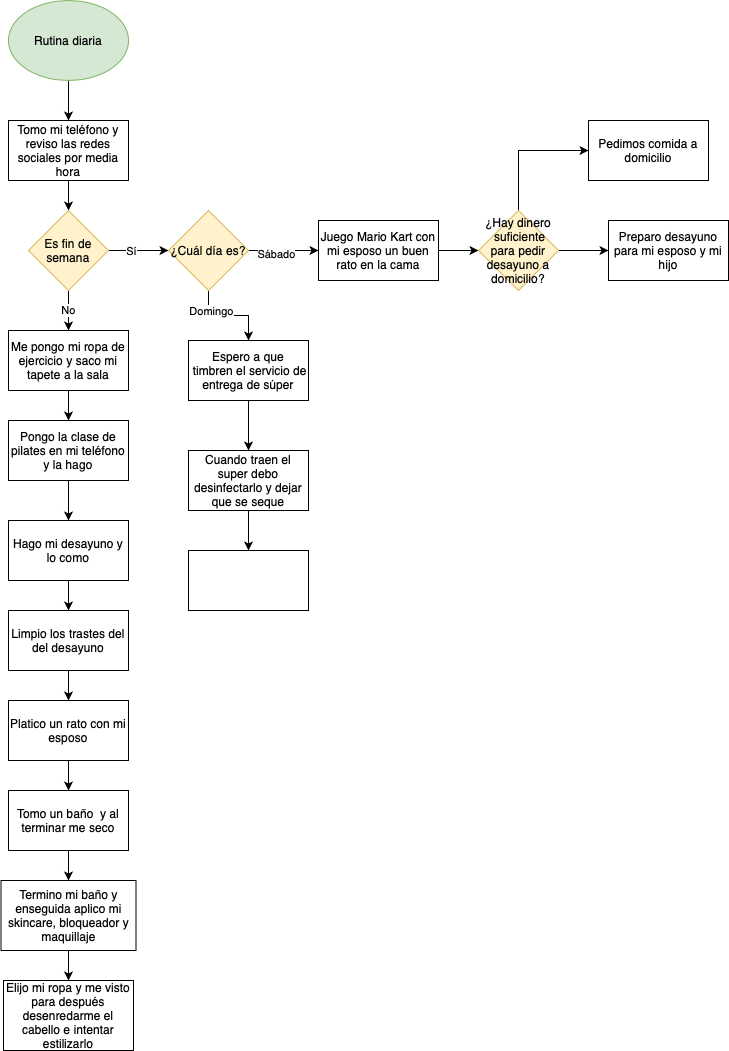
Above: Rutina diaria.png in missphoneme/ejercicios-kodemia (draw.io), before the change. Source tidied: cells renumbered, new cells last; positions are measured from the earlier drawing's top-left corner, leaving out a move shared by most shapes.
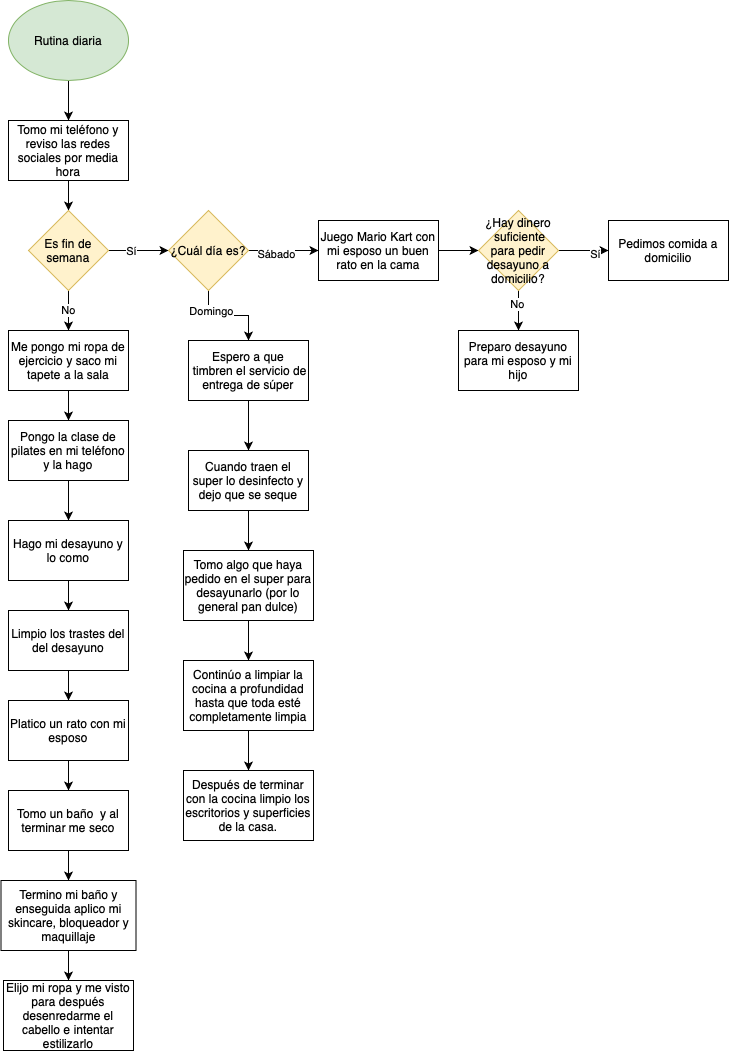
After the change.

What changed in the source:
```diff
@@ -98,33 +98,47 @@
     <mxCell id="33" style="edgeStyle=orthogonalEdgeStyle;rounded=0;jettySize=auto;html=1;" parent="1" edge="1" source="34" target="41">
       <mxGeometry relative="1" as="geometry" />
     </mxCell>
-    <mxCell id="34" value="Cuando traen el super debo desinfectarlo y dejar que se seque" style="rounded=0;whiteSpace=wrap;html=1;" parent="1" vertex="1">
+    <mxCell id="34" value="Cuando traen el super lo desinfecto y dejo que se seque" style="rounded=0;whiteSpace=wrap;html=1;" parent="1" vertex="1">
       <mxGeometry x="188" y="450" width="120" height="60" as="geometry" />
     </mxCell>
     <mxCell id="35" value="Elijo mi ropa y me visto para después desenredarme el cabello e intentar estilizarlo" style="rounded=0;whiteSpace=wrap;html=1;" parent="1" vertex="1">
       <mxGeometry x="3" y="980" width="130" height="70" as="geometry" />
     </mxCell>
-    <mxCell id="36" style="edgeStyle=orthogonalEdgeStyle;rounded=0;jettySize=auto;html=1;entryX=0;entryY=0.5;entryDx=0;entryDy=0;" parent="1" edge="1" source="38" target="40">
+    <mxCell id="36" style="edgeStyle=orthogonalEdgeStyle;rounded=0;jettySize=auto;html=1;entryX=0.5;entryY=0;entryDx=0;entryDy=0;" parent="1" edge="1" source="38" target="40">
       <mxGeometry relative="1" as="geometry" />
     </mxCell>
+    <mxCell id="42" value="No" style="edgeLabel;html=1;align=center;verticalAlign=middle;" parent="36" vertex="1">
+      <mxGeometry x="-0.35" y="-2" relative="1" as="geometry" />
+    </mxCell>
     <mxCell id="37" style="edgeStyle=orthogonalEdgeStyle;rounded=0;jettySize=auto;html=1;entryX=0;entryY=0.5;entryDx=0;entryDy=0;" parent="1" edge="1" source="38" target="39">
-      <mxGeometry relative="1" as="geometry">
-        <Array as="points">
-          <mxPoint x="518" y="150" />
-        </Array>
-      </mxGeometry>
+      <mxGeometry relative="1" as="geometry" />
     </mxCell>
+    <mxCell id="43" value="Sí" style="edgeLabel;html=1;align=center;verticalAlign=middle;" parent="37" vertex="1">
+      <mxGeometry x="0.44" y="-3" relative="1" as="geometry" />
+    </mxCell>
     <mxCell id="38" value="¿Hay dinero &amp;nbsp;suficiente para pedir desayuno a domicilio?" style="rhombus;whiteSpace=wrap;html=1;fillColor=#fff2cc;strokeColor=#d6b656;" parent="1" vertex="1">
       <mxGeometry x="478" y="210" width="80" height="80" as="geometry" />
     </mxCell>
     <mxCell id="39" value="Pedimos comida a domicilio" style="rounded=0;whiteSpace=wrap;html=1;" parent="1" vertex="1">
-      <mxGeometry x="588" y="120" width="120" height="60" as="geometry" />
+      <mxGeometry x="608" y="220" width="120" height="60" as="geometry" />
     </mxCell>
     <mxCell id="40" value="Preparo desayuno para mi esposo y mi hijo" style="rounded=0;whiteSpace=wrap;html=1;" parent="1" vertex="1">
-      <mxGeometry x="608" y="220" width="120" height="60" as="geometry" />
+      <mxGeometry x="458" y="330" width="120" height="60" as="geometry" />
     </mxCell>
+    <mxCell id="44" style="edgeStyle=orthogonalEdgeStyle;rounded=0;jettySize=auto;html=1;" parent="1" edge="1" source="41" target="46">
+      <mxGeometry relative="1" as="geometry" />
+    </mxCell>
-    <mxCell id="41" style="whiteSpace=wrap;html=1;rounded=0;" parent="1" vertex="1">
-      <mxGeometry x="188" y="550" width="120" height="60" as="geometry" />
+    <mxCell id="41" value="Tomo algo que haya pedido en el super para desayunarlo (por lo general pan dulce)" style="whiteSpace=wrap;html=1;rounded=0;" parent="1" vertex="1">
+      <mxGeometry x="183" y="550" width="130" height="70" as="geometry" />
     </mxCell>
+    <mxCell id="45" style="edgeStyle=orthogonalEdgeStyle;rounded=0;jettySize=auto;html=1;" parent="1" edge="1" source="46" target="47">
+      <mxGeometry relative="1" as="geometry" />
+    </mxCell>
+    <mxCell id="46" value="Continúo a limpiar la cocina a profundidad hasta que toda esté completamente limpia" style="whiteSpace=wrap;html=1;rounded=0;" parent="1" vertex="1">
+      <mxGeometry x="183" y="660" width="130" height="70" as="geometry" />
+    </mxCell>
+    <mxCell id="47" value="Después de terminar con la cocina limpio los escritorios y superficies de la casa." style="whiteSpace=wrap;html=1;rounded=0;" parent="1" vertex="1">
+      <mxGeometry x="183" y="770" width="130" height="70" as="geometry" />
+    </mxCell>
   </root>
 </mxGraphModel>
```
